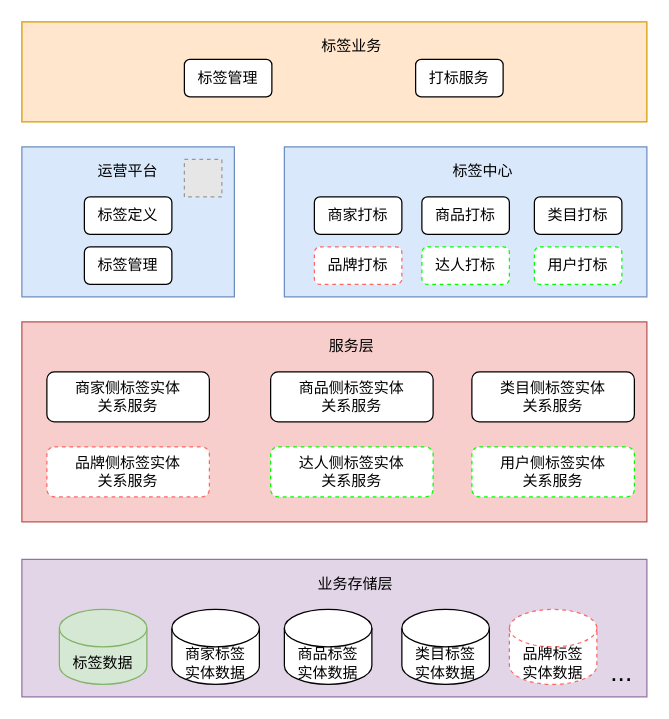
wuwou/tools keeps this draw.io diagram as Untitled Diagram.drawio. Above is the earlier version. Source tidied: cells renumbered, new cells numbered last; positions are measured from the earlier drawing's top-left corner, leaving out a move shared by most shapes. Both pictures are drawn from the tidied source at 125%, with x=0, y=0 at pixel (21, 21). Pictures stored in the file or linked from it are replaced by grey dashed boxes.
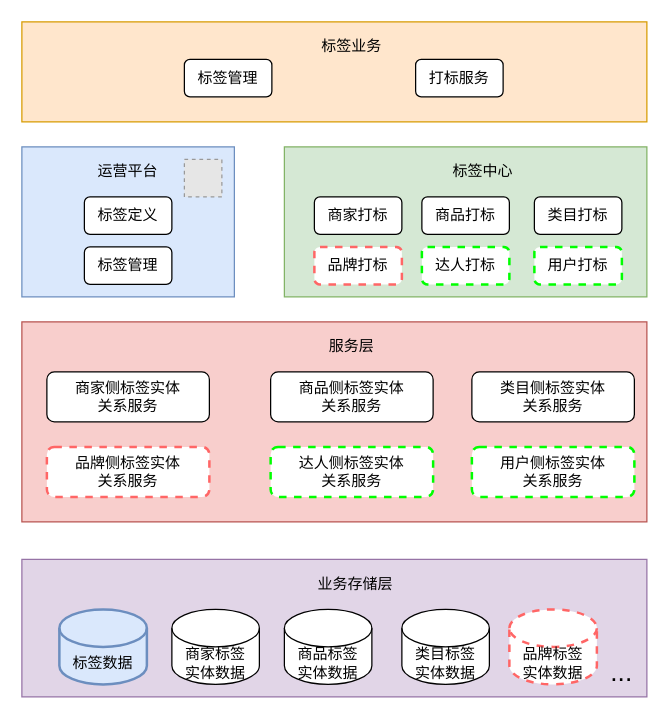
After the change.

The edit, as a diff of the source:
```diff
@@
-    <mxCell id="6" style="rounded=0;whiteSpace=wrap;html=1;fillColor=#dae8fc;strokeColor=#6c8ebf;" parent="1" vertex="1">
+    <mxCell id="6" style="rounded=0;whiteSpace=wrap;html=1;fillColor=#d5e8d4;strokeColor=#82b366;" parent="1" vertex="1">
       <mxGeometry x="210" y="100" width="290" height="120" as="geometry" />
     </mxCell>
@@
-    <mxCell id="15" value="品牌打标" style="rounded=1;whiteSpace=wrap;html=1;dashed=1;strokeColor=#FF6666;strokeWidth=1;" parent="1" vertex="1">
+    <mxCell id="15" value="品牌打标" style="rounded=1;whiteSpace=wrap;html=1;dashed=1;strokeColor=#FF6666;strokeWidth=2;" parent="1" vertex="1">
       <mxGeometry x="234" y="180" width="70" height="30" as="geometry" />
     </mxCell>
-    <mxCell id="16" value="达人打标" style="rounded=1;whiteSpace=wrap;html=1;dashed=1;strokeWidth=1;strokeColor=#00FF00;" parent="1" vertex="1">
+    <mxCell id="16" value="达人打标" style="rounded=1;whiteSpace=wrap;html=1;dashed=1;strokeWidth=2;strokeColor=#00FF00;" parent="1" vertex="1">
       <mxGeometry x="320" y="180" width="70" height="30" as="geometry" />
     </mxCell>
-    <mxCell id="17" value="用户打标" style="rounded=1;whiteSpace=wrap;html=1;dashed=1;strokeWidth=1;strokeColor=#00FF00;" parent="1" vertex="1">
+    <mxCell id="17" value="用户打标" style="rounded=1;whiteSpace=wrap;html=1;dashed=1;strokeWidth=2;strokeColor=#00FF00;" parent="1" vertex="1">
       <mxGeometry x="410" y="180" width="70" height="30" as="geometry" />
     </mxCell>
@@
-    <mxCell id="23" value="&lt;font face=&quot;helvetica&quot;&gt;品牌侧标签实体&lt;br&gt;关系服务&lt;br&gt;&lt;/font&gt;" style="rounded=1;whiteSpace=wrap;html=1;strokeWidth=1;strokeColor=#FF6666;dashed=1;" parent="1" vertex="1">
+    <mxCell id="23" value="&lt;font face=&quot;helvetica&quot;&gt;品牌侧标签实体&lt;br&gt;关系服务&lt;br&gt;&lt;/font&gt;" style="rounded=1;whiteSpace=wrap;html=1;strokeWidth=2;strokeColor=#FF6666;dashed=1;" parent="1" vertex="1">
       <mxGeometry x="20" y="340" width="130" height="40" as="geometry" />
     </mxCell>
@@
-    <mxCell id="25" value="用户侧标签实体&lt;br&gt;关系服务" style="rounded=1;whiteSpace=wrap;html=1;strokeWidth=1;dashed=1;strokeColor=#00FF00;" parent="1" vertex="1">
+    <mxCell id="25" value="用户侧标签实体&lt;br&gt;关系服务" style="rounded=1;whiteSpace=wrap;html=1;strokeWidth=2;dashed=1;strokeColor=#00FF00;" parent="1" vertex="1">
       <mxGeometry x="360" y="340" width="130" height="40" as="geometry" />
     </mxCell>
@@
-    <mxCell id="27" value="标签数据" style="shape=cylinder3;whiteSpace=wrap;html=1;boundedLbl=1;backgroundOutline=1;size=15;strokeColor=#82b366;strokeWidth=1;fillColor=#d5e8d4;" parent="1" vertex="1">
+    <mxCell id="27" value="标签数据" style="shape=cylinder3;whiteSpace=wrap;html=1;boundedLbl=1;backgroundOutline=1;size=15;strokeColor=#6c8ebf;strokeWidth=2;fillColor=#dae8fc;" parent="1" vertex="1">
       <mxGeometry x="30" y="470" width="70" height="60" as="geometry" />
     </mxCell>
@@
-    <mxCell id="32" value="达人侧标签实体&lt;br&gt;关系服务" style="rounded=1;whiteSpace=wrap;html=1;strokeWidth=1;dashed=1;strokeColor=#00FF00;" parent="1" vertex="1">
+    <mxCell id="32" value="达人侧标签实体&lt;br&gt;关系服务" style="rounded=1;whiteSpace=wrap;html=1;strokeWidth=2;dashed=1;strokeColor=#00FF00;" parent="1" vertex="1">
       <mxGeometry x="199" y="340" width="130" height="40" as="geometry" />
     </mxCell>
-    <mxCell id="33" value="品牌标签&lt;br&gt;实体数据" style="shape=cylinder3;whiteSpace=wrap;html=1;boundedLbl=1;backgroundOutline=1;size=15;strokeWidth=1;strokeColor=#FF6666;dashed=1;" parent="1" vertex="1">
+    <mxCell id="33" value="品牌标签&lt;br&gt;实体数据" style="shape=cylinder3;whiteSpace=wrap;html=1;boundedLbl=1;backgroundOutline=1;size=15;strokeWidth=2;strokeColor=#FF6666;dashed=1;" parent="1" vertex="1">
       <mxGeometry x="390" y="470" width="70" height="60" as="geometry" />
     </mxCell>
```
